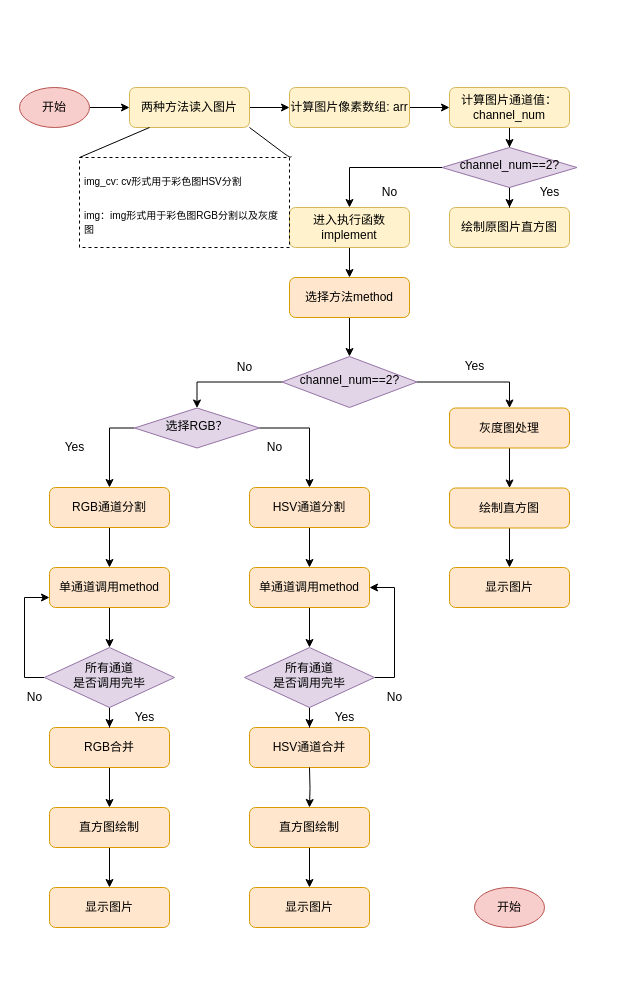
Above: Untitled Diagram.drawio in limengzhu3211/Hadoop (draw.io), before the change. Source tidied: cells renumbered, new cells numbered last; positions are measured from the earlier drawing's top-left corner, leaving out a move shared by most shapes. Both pictures are drawn from the tidied source at 100%, with x=0, y=0 at pixel (19, 87).
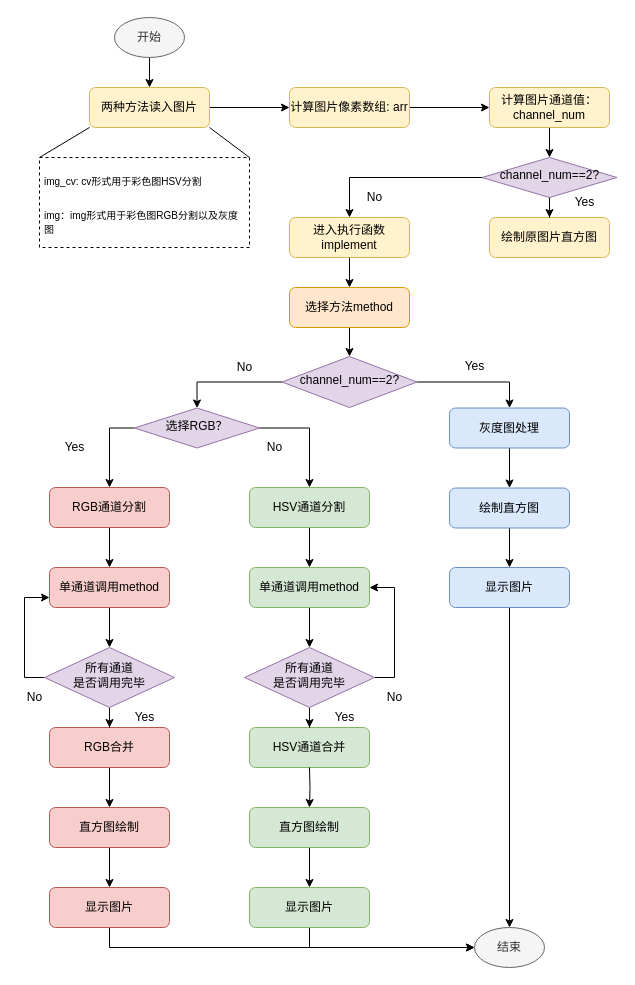
The same page after the edit.

Diff of the diagram source:
```diff
@@
     <mxCell id="3" value="两种方法读入图片" style="rounded=1;whiteSpace=wrap;html=1;fontSize=12;glass=0;strokeWidth=1;shadow=0;fillColor=#fff2cc;strokeColor=#d6b656;" parent="1" vertex="1">
-      <mxGeometry x="110" width="120" height="40" as="geometry" />
+      <mxGeometry x="70" width="120" height="40" as="geometry" />
     </mxCell>
-    <mxCell id="4" style="edgeStyle=orthogonalEdgeStyle;rounded=0;jettySize=auto;html=1;exitX=1;exitY=0.5;exitDx=0;exitDy=0;" parent="1" edge="1" source="5" target="3">
+    <mxCell id="4" style="edgeStyle=orthogonalEdgeStyle;rounded=0;jettySize=auto;html=1;exitX=0.5;exitY=1;exitDx=0;exitDy=0;" parent="1" edge="1" source="5" target="3">
       <mxGeometry relative="1" as="geometry" />
     </mxCell>
-    <mxCell id="5" value="开始" style="ellipse;whiteSpace=wrap;html=1;fillColor=#f8cecc;strokeColor=#b85450;" parent="1" vertex="1">
-      <mxGeometry width="70" height="40" as="geometry" />
+    <mxCell id="5" value="开始" style="ellipse;whiteSpace=wrap;html=1;fillColor=#f5f5f5;strokeColor=#666666;fontColor=#333333;" parent="1" vertex="1">
+      <mxGeometry x="95" y="-70" width="70" height="40" as="geometry" />
     </mxCell>
@@
     <mxCell id="9" value="计算图片通道值：channel_num" style="rounded=1;whiteSpace=wrap;html=1;fontSize=12;glass=0;strokeWidth=1;shadow=0;fillColor=#fff2cc;strokeColor=#d6b656;" parent="1" vertex="1">
-      <mxGeometry x="430" width="120" height="40" as="geometry" />
+      <mxGeometry x="470" width="120" height="40" as="geometry" />
     </mxCell>
     <mxCell id="10" value="绘制原图片直方图" style="rounded=1;whiteSpace=wrap;html=1;fontSize=12;glass=0;strokeWidth=1;shadow=0;fillColor=#fff2cc;strokeColor=#d6b656;" parent="1" vertex="1">
-      <mxGeometry x="430" y="120" width="120" height="40" as="geometry" />
+      <mxGeometry x="470" y="130" width="120" height="40" as="geometry" />
     </mxCell>
@@
     <mxCell id="12" value="进入执行函数implement" style="rounded=1;whiteSpace=wrap;html=1;fontSize=12;glass=0;strokeWidth=1;shadow=0;fillColor=#fff2cc;strokeColor=#d6b656;" parent="1" vertex="1">
-      <mxGeometry x="270" y="120" width="120" height="40" as="geometry" />
+      <mxGeometry x="270" y="130" width="120" height="40" as="geometry" />
     </mxCell>
@@
     <mxCell id="15" value="channel_num==2?" style="rhombus;whiteSpace=wrap;html=1;shadow=0;fontFamily=Helvetica;fontSize=12;align=center;strokeWidth=1;spacing=6;spacingTop=-4;fillColor=#e1d5e7;strokeColor=#9673a6;" parent="1" vertex="1">
-      <mxGeometry x="422.5" y="60" width="135" height="40" as="geometry" />
+      <mxGeometry x="462.5" y="70" width="135" height="40" as="geometry" />
     </mxCell>
     <mxCell id="16" value="No" style="text;html=1;align=center;verticalAlign=middle;fillColor=none;strokeColor=none;rounded=0;" parent="1" vertex="1">
-      <mxGeometry x="355" y="95" width="30" height="20" as="geometry" />
+      <mxGeometry x="340" y="100" width="30" height="20" as="geometry" />
     </mxCell>
     <mxCell id="17" value="Yes" style="text;html=1;align=center;verticalAlign=middle;fillColor=none;strokeColor=none;rounded=0;" parent="1" vertex="1">
-      <mxGeometry x="515" y="95" width="30" height="20" as="geometry" />
+      <mxGeometry x="550" y="105" width="30" height="20" as="geometry" />
     </mxCell>
@@
     <mxCell id="19" value="选择方法method" style="rounded=1;whiteSpace=wrap;html=1;fontSize=12;glass=0;strokeWidth=1;shadow=0;fillColor=#ffe6cc;strokeColor=#d79b00;" parent="1" vertex="1">
-      <mxGeometry x="270" y="190" width="120" height="40" as="geometry" />
+      <mxGeometry x="270" y="200" width="120" height="40" as="geometry" />
     </mxCell>
     <mxCell id="20" value="&lt;h1&gt;&lt;span style=&quot;font-size: x-small ; font-weight: 400&quot;&gt;img_cv: cv形式用于彩色图HSV分割&lt;/span&gt;&lt;br&gt;&lt;/h1&gt;&lt;h1&gt;&lt;div style=&quot;font-size: 12px ; font-weight: 400&quot;&gt;&lt;font size=&quot;1&quot;&gt;img：img形式用于彩色图RGB分割以及灰度图&lt;/font&gt;&lt;/div&gt;&lt;/h1&gt;" style="text;html=1;fillColor=none;spacing=5;spacingTop=-20;whiteSpace=wrap;overflow=hidden;rounded=0;perimeterSpacing=2;strokeColor=#000000;dashed=1;" parent="1" vertex="1">
-      <mxGeometry x="60" y="70" width="210" height="90" as="geometry" />
+      <mxGeometry x="20" y="70" width="210" height="90" as="geometry" />
     </mxCell>
-    <mxCell id="21" style="endArrow=none;html=1;" parent="1" edge="1">
-      <mxGeometry relative="1" as="geometry">
-        <mxPoint x="60" y="70" as="sourcePoint" />
-        <mxPoint x="130" y="40" as="targetPoint" />
-        <Array as="points">
-          <mxPoint x="60" y="70" />
-        </Array>
-      </mxGeometry>
-    </mxCell>
-    <mxCell id="22" style="endArrow=none;html=1;" parent="1" edge="1" source="20">
+    <mxCell id="22" style="endArrow=none;html=1;entryX=1;entryY=1;entryDx=0;entryDy=0;" parent="1" edge="1" target="3">
       <mxGeometry relative="1" as="geometry">
-        <mxPoint x="230" y="40" as="targetPoint" />
+        <mxPoint x="230" y="70" as="sourcePoint" />
         <Array as="points">
-          <mxPoint x="270" y="70" />
+          <mxPoint x="230" y="70" />
         </Array>
       </mxGeometry>
     </mxCell>
@@
-    <mxCell id="29" value="灰度图处理" style="rounded=1;whiteSpace=wrap;html=1;fontSize=12;glass=0;strokeWidth=1;shadow=0;fillColor=#ffe6cc;strokeColor=#d79b00;" parent="1" vertex="1">
+    <mxCell id="29" value="灰度图处理" style="rounded=1;whiteSpace=wrap;html=1;fontSize=12;glass=0;strokeWidth=1;shadow=0;fillColor=#dae8fc;strokeColor=#6c8ebf;" parent="1" vertex="1">
       <mxGeometry x="430" y="320.5" width="120" height="40" as="geometry" />
     </mxCell>
@@
-    <mxCell id="33" value="绘制直方图" style="rounded=1;whiteSpace=wrap;html=1;fontSize=12;glass=0;strokeWidth=1;shadow=0;fillColor=#ffe6cc;strokeColor=#d79b00;" parent="1" vertex="1">
+    <mxCell id="33" value="绘制直方图" style="rounded=1;whiteSpace=wrap;html=1;fontSize=12;glass=0;strokeWidth=1;shadow=0;fillColor=#dae8fc;strokeColor=#6c8ebf;" parent="1" vertex="1">
       <mxGeometry x="430" y="400.5" width="120" height="40" as="geometry" />
     </mxCell>
+    <mxCell id="67" style="edgeStyle=orthogonalEdgeStyle;rounded=0;jettySize=auto;html=1;exitX=0.5;exitY=1;exitDx=0;exitDy=0;entryX=0.5;entryY=0;entryDx=0;entryDy=0;" parent="1" edge="1" source="34" target="66">
+      <mxGeometry relative="1" as="geometry" />
+    </mxCell>
-    <mxCell id="34" value="显示图片" style="rounded=1;whiteSpace=wrap;html=1;fontSize=12;glass=0;strokeWidth=1;shadow=0;fillColor=#ffe6cc;strokeColor=#d79b00;" parent="1" vertex="1">
+    <mxCell id="34" value="显示图片" style="rounded=1;whiteSpace=wrap;html=1;fontSize=12;glass=0;strokeWidth=1;shadow=0;fillColor=#dae8fc;strokeColor=#6c8ebf;" parent="1" vertex="1">
       <mxGeometry x="430" y="480" width="120" height="40" as="geometry" />
     </mxCell>
@@
-    <mxCell id="36" value="RGB通道分割" style="rounded=1;whiteSpace=wrap;html=1;fontSize=12;glass=0;strokeWidth=1;shadow=0;fillColor=#ffe6cc;strokeColor=#d79b00;" parent="1" vertex="1">
+    <mxCell id="36" value="RGB通道分割" style="rounded=1;whiteSpace=wrap;html=1;fontSize=12;glass=0;strokeWidth=1;shadow=0;fillColor=#f8cecc;strokeColor=#b85450;" parent="1" vertex="1">
       <mxGeometry x="30" y="400" width="120" height="40" as="geometry" />
     </mxCell>
@@
-    <mxCell id="38" value="单通道调用method" style="rounded=1;whiteSpace=wrap;html=1;fontSize=12;glass=0;strokeWidth=1;shadow=0;fillColor=#ffe6cc;strokeColor=#d79b00;" parent="1" vertex="1">
+    <mxCell id="38" value="单通道调用method" style="rounded=1;whiteSpace=wrap;html=1;fontSize=12;glass=0;strokeWidth=1;shadow=0;fillColor=#f8cecc;strokeColor=#b85450;" parent="1" vertex="1">
       <mxGeometry x="30" y="480" width="120" height="40" as="geometry" />
     </mxCell>
@@
-    <mxCell id="40" value="RGB合并" style="rounded=1;whiteSpace=wrap;html=1;fontSize=12;glass=0;strokeWidth=1;shadow=0;fillColor=#ffe6cc;strokeColor=#d79b00;" parent="1" vertex="1">
+    <mxCell id="40" value="RGB合并" style="rounded=1;whiteSpace=wrap;html=1;fontSize=12;glass=0;strokeWidth=1;shadow=0;fillColor=#f8cecc;strokeColor=#b85450;" parent="1" vertex="1">
       <mxGeometry x="30" y="640" width="120" height="40" as="geometry" />
     </mxCell>
@@
-    <mxCell id="44" value="HSV通道分割" style="rounded=1;whiteSpace=wrap;html=1;fontSize=12;glass=0;strokeWidth=1;shadow=0;fillColor=#ffe6cc;strokeColor=#d79b00;" parent="1" vertex="1">
+    <mxCell id="44" value="HSV通道分割" style="rounded=1;whiteSpace=wrap;html=1;fontSize=12;glass=0;strokeWidth=1;shadow=0;fillColor=#d5e8d4;strokeColor=#82b366;" parent="1" vertex="1">
       <mxGeometry x="230" y="400" width="120" height="40" as="geometry" />
     </mxCell>
@@
-    <mxCell id="46" value="单通道调用method" style="rounded=1;whiteSpace=wrap;html=1;fontSize=12;glass=0;strokeWidth=1;shadow=0;fillColor=#ffe6cc;strokeColor=#d79b00;" parent="1" vertex="1">
+    <mxCell id="46" value="单通道调用method" style="rounded=1;whiteSpace=wrap;html=1;fontSize=12;glass=0;strokeWidth=1;shadow=0;fillColor=#d5e8d4;strokeColor=#82b366;" parent="1" vertex="1">
       <mxGeometry x="230" y="480" width="120" height="40" as="geometry" />
     </mxCell>
-    <mxCell id="47" value="HSV通道合并" style="rounded=1;whiteSpace=wrap;html=1;fontSize=12;glass=0;strokeWidth=1;shadow=0;fillColor=#ffe6cc;strokeColor=#d79b00;" parent="1" vertex="1">
+    <mxCell id="47" value="HSV通道合并" style="rounded=1;whiteSpace=wrap;html=1;fontSize=12;glass=0;strokeWidth=1;shadow=0;fillColor=#d5e8d4;strokeColor=#82b366;" parent="1" vertex="1">
       <mxGeometry x="230" y="640" width="120" height="40" as="geometry" />
     </mxCell>
@@
-    <mxCell id="60" value="直方图绘制" style="rounded=1;whiteSpace=wrap;html=1;fontSize=12;glass=0;strokeWidth=1;shadow=0;fillColor=#ffe6cc;strokeColor=#d79b00;" parent="1" vertex="1">
+    <mxCell id="60" value="直方图绘制" style="rounded=1;whiteSpace=wrap;html=1;fontSize=12;glass=0;strokeWidth=1;shadow=0;fillColor=#f8cecc;strokeColor=#b85450;" parent="1" vertex="1">
       <mxGeometry x="30" y="720" width="120" height="40" as="geometry" />
     </mxCell>
+    <mxCell id="68" style="edgeStyle=orthogonalEdgeStyle;rounded=0;jettySize=auto;html=1;exitX=0.5;exitY=1;exitDx=0;exitDy=0;" parent="1" edge="1" source="61" target="66">
+      <mxGeometry relative="1" as="geometry" />
+    </mxCell>
-    <mxCell id="61" value="显示图片" style="rounded=1;whiteSpace=wrap;html=1;fontSize=12;glass=0;strokeWidth=1;shadow=0;fillColor=#ffe6cc;strokeColor=#d79b00;" parent="1" vertex="1">
+    <mxCell id="61" value="显示图片" style="rounded=1;whiteSpace=wrap;html=1;fontSize=12;glass=0;strokeWidth=1;shadow=0;fillColor=#f8cecc;strokeColor=#b85450;" parent="1" vertex="1">
       <mxGeometry x="30" y="800" width="120" height="40" as="geometry" />
     </mxCell>
@@
-    <mxCell id="64" value="直方图绘制" style="rounded=1;whiteSpace=wrap;html=1;fontSize=12;glass=0;strokeWidth=1;shadow=0;fillColor=#ffe6cc;strokeColor=#d79b00;" parent="1" vertex="1">
+    <mxCell id="64" value="直方图绘制" style="rounded=1;whiteSpace=wrap;html=1;fontSize=12;glass=0;strokeWidth=1;shadow=0;fillColor=#d5e8d4;strokeColor=#82b366;" parent="1" vertex="1">
       <mxGeometry x="230" y="720" width="120" height="40" as="geometry" />
     </mxCell>
+    <mxCell id="69" style="edgeStyle=orthogonalEdgeStyle;rounded=0;jettySize=auto;html=1;exitX=0.5;exitY=1;exitDx=0;exitDy=0;entryX=0;entryY=0.5;entryDx=0;entryDy=0;" parent="1" edge="1" source="65" target="66">
+      <mxGeometry relative="1" as="geometry" />
+    </mxCell>
-    <mxCell id="65" value="显示图片" style="rounded=1;whiteSpace=wrap;html=1;fontSize=12;glass=0;strokeWidth=1;shadow=0;fillColor=#ffe6cc;strokeColor=#d79b00;" parent="1" vertex="1">
+    <mxCell id="65" value="显示图片" style="rounded=1;whiteSpace=wrap;html=1;fontSize=12;glass=0;strokeWidth=1;shadow=0;fillColor=#d5e8d4;strokeColor=#82b366;" parent="1" vertex="1">
       <mxGeometry x="230" y="800" width="120" height="40" as="geometry" />
     </mxCell>
-    <mxCell id="66" value="开始" style="ellipse;whiteSpace=wrap;html=1;fillColor=#f8cecc;strokeColor=#b85450;" parent="1" vertex="1">
-      <mxGeometry x="455" y="800" width="70" height="40" as="geometry" />
+    <mxCell id="66" value="结束" style="ellipse;whiteSpace=wrap;html=1;fillColor=#f5f5f5;strokeColor=#666666;fontColor=#333333;" parent="1" vertex="1">
+      <mxGeometry x="455" y="840" width="70" height="40" as="geometry" />
     </mxCell>
+    <mxCell id="70" style="endArrow=none;html=1;entryX=0;entryY=1;entryDx=0;entryDy=0;" parent="1" edge="1" target="3">
+      <mxGeometry relative="1" as="geometry">
+        <mxPoint x="20" y="70" as="sourcePoint" />
+        <Array as="points">
+          <mxPoint x="20" y="70" />
+        </Array>
+      </mxGeometry>
+    </mxCell>
```
